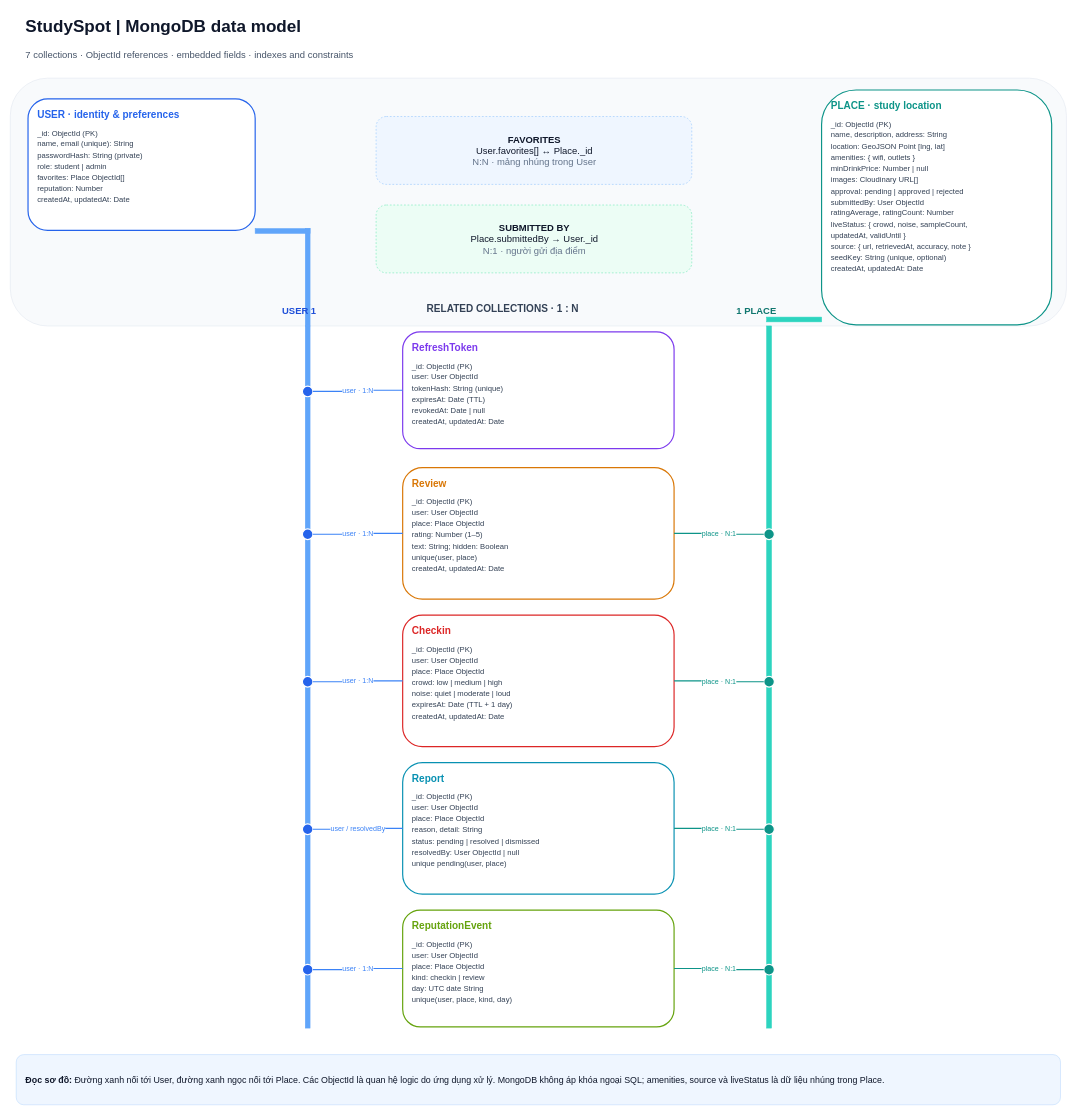
This is page "01 - ERD MongoDB" (1 of 3) of backend/docs/StudySpot-ERD-System-Architecture.drawio from L1nkinPark/SDN-MMA, a draw.io file, before an edit. Source tidied: cells renumbered, new cells numbered last; positions are measured from the earlier drawing's top-left corner, leaving out a move shared by most shapes. Both pictures are drawn from the tidied source at 59%, with x=0, y=0 at pixel (10, 10).
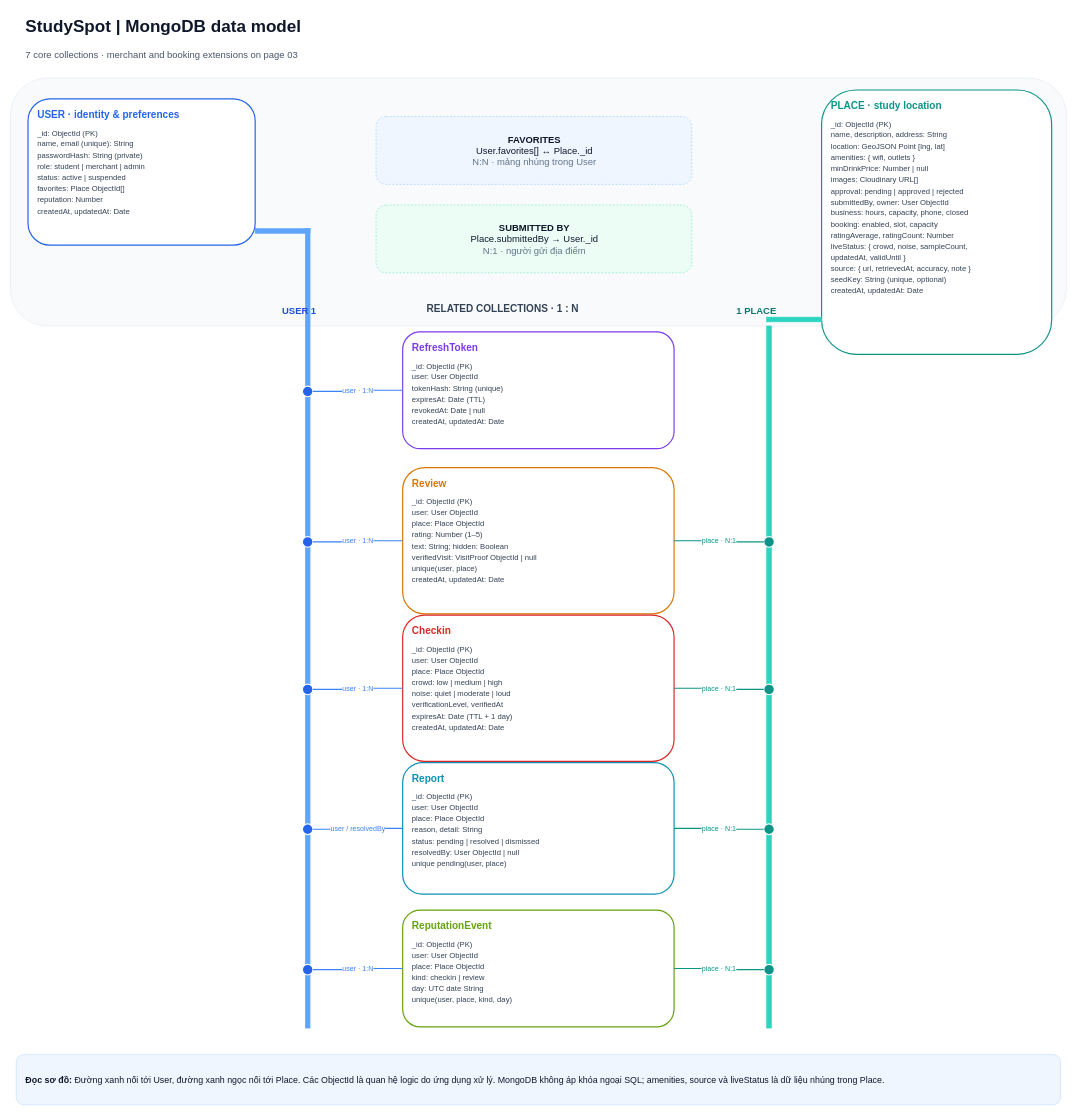
The same page after the edit.

What changed in the source:
```diff
@@
-    <mxCell id="3" value="7 collections · ObjectId references · embedded fields · indexes and constraints" style="rounded=0;whiteSpace=wrap;html=1;fillColor=none;strokeColor=none;fontColor=#475569;fontSize=16;align=left;verticalAlign=middle;spacingLeft=14;spacingRight=12;spacingTop=9;spacingBottom=8;shadow=0;dashed=0;fontStyle=0;" parent="1" vertex="1">
+    <mxCell id="3" value="7 core collections · merchant and booking extensions on page 03" style="rounded=0;whiteSpace=wrap;html=1;fillColor=none;strokeColor=none;fontColor=#475569;fontSize=16;align=left;verticalAlign=middle;spacingLeft=14;spacingRight=12;spacingTop=9;spacingBottom=8;shadow=0;dashed=0;fontStyle=0;" parent="1" vertex="1">
       <mxGeometry x="10" y="57" width="1450" height="35" as="geometry" />
     </mxCell>
@@
-    <mxCell id="5" value="&lt;div style='font-family:Arial,sans-serif;line-height:1.45'&gt;&lt;div style='font-size:17px;font-weight:bold;color:#2563EB;margin-bottom:9px'&gt;USER  ·  identity &amp;amp; preferences&lt;/div&gt;&lt;div style='font-size:13px;color:#334155'&gt;_id: ObjectId (PK)&lt;br/&gt;name, email (unique): String&lt;br/&gt;passwordHash: String (private)&lt;br/&gt;role: student | admin&lt;br/&gt;favorites: Place ObjectId[]&lt;br/&gt;reputation: Number&lt;br/&gt;createdAt, updatedAt: Date&lt;/div&gt;&lt;/div&gt;" style="rounded=1;whiteSpace=wrap;html=1;fillColor=#FFFFFF;strokeColor=#2563EB;fontColor=#0F172A;fontSize=13;align=left;verticalAlign=middle;spacingLeft=14;spacingRight=12;spacingTop=9;spacingBottom=8;shadow=0;dashed=0;verticalAlign=top;strokeWidth=2;" parent="1" vertex="1">
-      <mxGeometry x="30" y="150" width="385" height="223" as="geometry" />
+    <mxCell id="5" value="&lt;div style='font-family:Arial,sans-serif;line-height:1.45'&gt;&lt;div style='font-size:17px;font-weight:bold;color:#2563EB;margin-bottom:9px'&gt;USER  ·  identity &amp;amp; preferences&lt;/div&gt;&lt;div style='font-size:13px;color:#334155'&gt;_id: ObjectId (PK)&lt;br/&gt;name, email (unique): String&lt;br/&gt;passwordHash: String (private)&lt;br/&gt;role: student | merchant | admin&lt;br/&gt;status: active | suspended&lt;br/&gt;favorites: Place ObjectId[]&lt;br/&gt;reputation: Number&lt;br/&gt;createdAt, updatedAt: Date&lt;/div&gt;&lt;/div&gt;" style="rounded=1;whiteSpace=wrap;html=1;fillColor=#FFFFFF;strokeColor=#2563EB;fontColor=#0F172A;fontSize=13;align=left;verticalAlign=middle;spacingLeft=14;spacingRight=12;spacingTop=9;spacingBottom=8;shadow=0;dashed=0;verticalAlign=top;strokeWidth=2;" parent="1" vertex="1">
+      <mxGeometry x="30" y="150" width="385" height="248" as="geometry" />
     </mxCell>
-    <mxCell id="6" value="&lt;div style='font-family:Arial,sans-serif;line-height:1.45'&gt;&lt;div style='font-size:17px;font-weight:bold;color:#0D9488;margin-bottom:9px'&gt;PLACE  ·  study location&lt;/div&gt;&lt;div style='font-size:13px;color:#334155'&gt;_id: ObjectId (PK)&lt;br/&gt;name, description, address: String&lt;br/&gt;location: GeoJSON Point [lng, lat]&lt;br/&gt;amenities: { wifi, outlets }&lt;br/&gt;minDrinkPrice: Number | null&lt;br/&gt;images: Cloudinary URL[]&lt;br/&gt;approval: pending | approved | rejected&lt;br/&gt;submittedBy: User ObjectId&lt;br/&gt;ratingAverage, ratingCount: Number&lt;br/&gt;liveStatus: { crowd, noise, sampleCount,&lt;br/&gt;  updatedAt, validUntil }&lt;br/&gt;source: { url, retrievedAt, accuracy, note }&lt;br/&gt;seedKey: String (unique, optional)&lt;br/&gt;createdAt, updatedAt: Date&lt;/div&gt;&lt;/div&gt;" style="rounded=1;whiteSpace=wrap;html=1;fillColor=#FFFFFF;strokeColor=#0D9488;fontColor=#0F172A;fontSize=13;align=left;verticalAlign=middle;spacingLeft=14;spacingRight=12;spacingTop=9;spacingBottom=8;shadow=0;dashed=0;verticalAlign=top;strokeWidth=2;" parent="1" vertex="1">
-      <mxGeometry x="1375" y="135" width="390" height="398" as="geometry" />
+    <mxCell id="6" value="&lt;div style='font-family:Arial,sans-serif;line-height:1.45'&gt;&lt;div style='font-size:17px;font-weight:bold;color:#0D9488;margin-bottom:9px'&gt;PLACE  ·  study location&lt;/div&gt;&lt;div style='font-size:13px;color:#334155'&gt;_id: ObjectId (PK)&lt;br/&gt;name, description, address: String&lt;br/&gt;location: GeoJSON Point [lng, lat]&lt;br/&gt;amenities: { wifi, outlets }&lt;br/&gt;minDrinkPrice: Number | null&lt;br/&gt;images: Cloudinary URL[]&lt;br/&gt;approval: pending | approved | rejected&lt;br/&gt;submittedBy, owner: User ObjectId&lt;br/&gt;business: hours, capacity, phone, closed&lt;br/&gt;booking: enabled, slot, capacity&lt;br/&gt;ratingAverage, ratingCount: Number&lt;br/&gt;liveStatus: { crowd, noise, sampleCount,&lt;br/&gt;  updatedAt, validUntil }&lt;br/&gt;source: { url, retrievedAt, accuracy, note }&lt;br/&gt;seedKey: String (unique, optional)&lt;br/&gt;createdAt, updatedAt: Date&lt;/div&gt;&lt;/div&gt;" style="rounded=1;whiteSpace=wrap;html=1;fillColor=#FFFFFF;strokeColor=#0D9488;fontColor=#0F172A;fontSize=13;align=left;verticalAlign=middle;spacingLeft=14;spacingRight=12;spacingTop=9;spacingBottom=8;shadow=0;dashed=0;verticalAlign=top;strokeWidth=2;" parent="1" vertex="1">
+      <mxGeometry x="1375" y="135" width="390" height="448" as="geometry" />
     </mxCell>
@@
-    <mxCell id="20" value="&lt;div style='font-family:Arial,sans-serif;line-height:1.45'&gt;&lt;div style='font-size:17px;font-weight:bold;color:#D97706;margin-bottom:9px'&gt;Review&lt;/div&gt;&lt;div style='font-size:13px;color:#334155'&gt;_id: ObjectId (PK)&lt;br/&gt;user: User ObjectId&lt;br/&gt;place: Place ObjectId&lt;br/&gt;rating: Number (1–5)&lt;br/&gt;text: String; hidden: Boolean&lt;br/&gt;unique(user, place)&lt;br/&gt;createdAt, updatedAt: Date&lt;/div&gt;&lt;/div&gt;" style="rounded=1;whiteSpace=wrap;html=1;fillColor=#FFFFFF;strokeColor=#D97706;fontColor=#0F172A;fontSize=13;align=left;verticalAlign=middle;spacingLeft=14;spacingRight=12;spacingTop=9;spacingBottom=8;shadow=0;dashed=0;verticalAlign=top;strokeWidth=2;" parent="1" vertex="1">
-      <mxGeometry x="665" y="775" width="460" height="223" as="geometry" />
+    <mxCell id="20" value="&lt;div style='font-family:Arial,sans-serif;line-height:1.45'&gt;&lt;div style='font-size:17px;font-weight:bold;color:#D97706;margin-bottom:9px'&gt;Review&lt;/div&gt;&lt;div style='font-size:13px;color:#334155'&gt;_id: ObjectId (PK)&lt;br/&gt;user: User ObjectId&lt;br/&gt;place: Place ObjectId&lt;br/&gt;rating: Number (1–5)&lt;br/&gt;text: String; hidden: Boolean&lt;br/&gt;verifiedVisit: VisitProof ObjectId | null&lt;br/&gt;unique(user, place)&lt;br/&gt;createdAt, updatedAt: Date&lt;/div&gt;&lt;/div&gt;" style="rounded=1;whiteSpace=wrap;html=1;fillColor=#FFFFFF;strokeColor=#D97706;fontColor=#0F172A;fontSize=13;align=left;verticalAlign=middle;spacingLeft=14;spacingRight=12;spacingTop=9;spacingBottom=8;shadow=0;dashed=0;verticalAlign=top;strokeWidth=2;" parent="1" vertex="1">
+      <mxGeometry x="665" y="775" width="460" height="248" as="geometry" />
     </mxCell>
     <mxCell id="21" style="rounded=1;whiteSpace=wrap;html=1;fillColor=#2563EB;strokeColor=#FFFFFF;fontColor=#0F172A;fontSize=14;align=left;verticalAlign=middle;spacingLeft=14;spacingRight=12;spacingTop=9;spacingBottom=8;shadow=0;dashed=0;shape=ellipse;strokeWidth=2;" parent="1" vertex="1">
-      <mxGeometry x="495" y="879" width="18" height="18" as="geometry" />
+      <mxGeometry x="495" y="892" width="18" height="18" as="geometry" />
     </mxCell>
@@
     <mxCell id="23" style="rounded=1;whiteSpace=wrap;html=1;fillColor=#0D9488;strokeColor=#FFFFFF;fontColor=#0F172A;fontSize=14;align=left;verticalAlign=middle;spacingLeft=14;spacingRight=12;spacingTop=9;spacingBottom=8;shadow=0;dashed=0;shape=ellipse;strokeWidth=2;" parent="1" vertex="1">
-      <mxGeometry x="1277" y="879" width="18" height="18" as="geometry" />
+      <mxGeometry x="1277" y="892" width="18" height="18" as="geometry" />
     </mxCell>
@@
-    <mxCell id="25" value="&lt;div style='font-family:Arial,sans-serif;line-height:1.45'&gt;&lt;div style='font-size:17px;font-weight:bold;color:#DC2626;margin-bottom:9px'&gt;Checkin&lt;/div&gt;&lt;div style='font-size:13px;color:#334155'&gt;_id: ObjectId (PK)&lt;br/&gt;user: User ObjectId&lt;br/&gt;place: Place ObjectId&lt;br/&gt;crowd: low | medium | high&lt;br/&gt;noise: quiet | moderate | loud&lt;br/&gt;expiresAt: Date (TTL + 1 day)&lt;br/&gt;createdAt, updatedAt: Date&lt;/div&gt;&lt;/div&gt;" style="rounded=1;whiteSpace=wrap;html=1;fillColor=#FFFFFF;strokeColor=#DC2626;fontColor=#0F172A;fontSize=13;align=left;verticalAlign=middle;spacingLeft=14;spacingRight=12;spacingTop=9;spacingBottom=8;shadow=0;dashed=0;verticalAlign=top;strokeWidth=2;" parent="1" vertex="1">
-      <mxGeometry x="665" y="1025" width="460" height="223" as="geometry" />
+    <mxCell id="25" value="&lt;div style='font-family:Arial,sans-serif;line-height:1.45'&gt;&lt;div style='font-size:17px;font-weight:bold;color:#DC2626;margin-bottom:9px'&gt;Checkin&lt;/div&gt;&lt;div style='font-size:13px;color:#334155'&gt;_id: ObjectId (PK)&lt;br/&gt;user: User ObjectId&lt;br/&gt;place: Place ObjectId&lt;br/&gt;crowd: low | medium | high&lt;br/&gt;noise: quiet | moderate | loud&lt;br/&gt;verificationLevel, verifiedAt&lt;br/&gt;expiresAt: Date (TTL + 1 day)&lt;br/&gt;createdAt, updatedAt: Date&lt;/div&gt;&lt;/div&gt;" style="rounded=1;whiteSpace=wrap;html=1;fillColor=#FFFFFF;strokeColor=#DC2626;fontColor=#0F172A;fontSize=13;align=left;verticalAlign=middle;spacingLeft=14;spacingRight=12;spacingTop=9;spacingBottom=8;shadow=0;dashed=0;verticalAlign=top;strokeWidth=2;" parent="1" vertex="1">
+      <mxGeometry x="665" y="1025" width="460" height="248" as="geometry" />
     </mxCell>
     <mxCell id="26" style="rounded=1;whiteSpace=wrap;html=1;fillColor=#2563EB;strokeColor=#FFFFFF;fontColor=#0F172A;fontSize=14;align=left;verticalAlign=middle;spacingLeft=14;spacingRight=12;spacingTop=9;spacingBottom=8;shadow=0;dashed=0;shape=ellipse;strokeWidth=2;" parent="1" vertex="1">
-      <mxGeometry x="495" y="1129" width="18" height="18" as="geometry" />
+      <mxGeometry x="495" y="1142" width="18" height="18" as="geometry" />
     </mxCell>
@@
     <mxCell id="28" style="rounded=1;whiteSpace=wrap;html=1;fillColor=#0D9488;strokeColor=#FFFFFF;fontColor=#0F172A;fontSize=14;align=left;verticalAlign=middle;spacingLeft=14;spacingRight=12;spacingTop=9;spacingBottom=8;shadow=0;dashed=0;shape=ellipse;strokeWidth=2;" parent="1" vertex="1">
-      <mxGeometry x="1277" y="1129" width="18" height="18" as="geometry" />
+      <mxGeometry x="1277" y="1142" width="18" height="18" as="geometry" />
     </mxCell>
```
